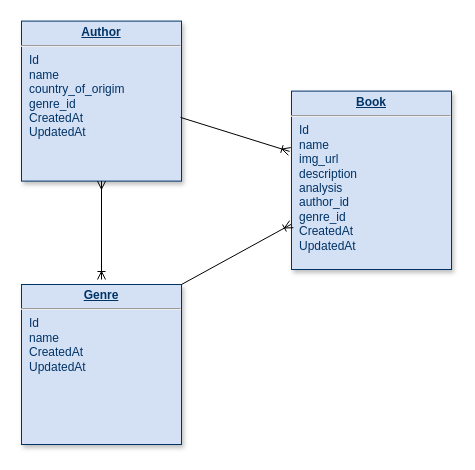
Before: site/ERD Diagram Robison Portfolio.drawio in robisonJohn/coursera-test, a draw.io diagram. Source tidied: cells renumbered, new cells numbered last; positions are measured from the earlier drawing's top-left corner, leaving out a move shared by most shapes. Both pictures are drawn from the tidied source at 100%, with x=0, y=0 at pixel (21, 21).
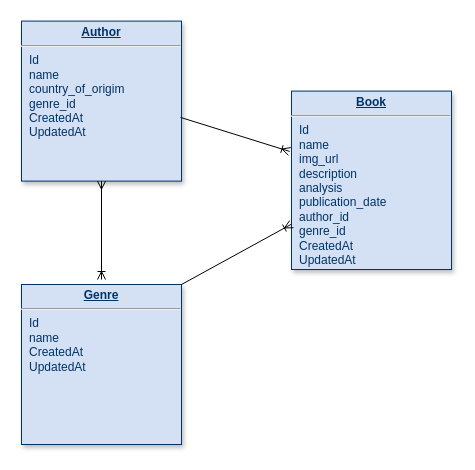
The same diagram, later.

Diff of the diagram source:
```diff
@@
 <mxGraphModel>
   <root>
     <mxCell id="0" />
     <mxCell id="1" parent="0" />
-    <mxCell id="2" value="&lt;p style=&quot;margin: 0px ; margin-top: 4px ; text-align: center ; text-decoration: underline&quot;&gt;&lt;b&gt;Book&lt;/b&gt;&lt;/p&gt;&lt;hr&gt;&lt;p style=&quot;margin: 0px ; margin-left: 8px&quot;&gt;Id&lt;br&gt;name&lt;/p&gt;&lt;p style=&quot;margin: 0px ; margin-left: 8px&quot;&gt;img_url&lt;/p&gt;&lt;p style=&quot;margin: 0px ; margin-left: 8px&quot;&gt;description&lt;/p&gt;&lt;p style=&quot;margin: 0px ; margin-left: 8px&quot;&gt;analysis&lt;/p&gt;&lt;p style=&quot;margin: 0px ; margin-left: 8px&quot;&gt;author_id&lt;/p&gt;&lt;p style=&quot;margin: 0px ; margin-left: 8px&quot;&gt;genre_id&lt;/p&gt;&lt;p style=&quot;margin: 0px ; margin-left: 8px&quot;&gt;CreatedAt&lt;/p&gt;&lt;p style=&quot;margin: 0px ; margin-left: 8px&quot;&gt;UpdatedAt&lt;/p&gt;&lt;p style=&quot;margin: 0px ; margin-left: 8px&quot;&gt;&lt;br&gt;&lt;/p&gt;" style="verticalAlign=top;align=left;overflow=fill;fontSize=12;fontFamily=Helvetica;html=1;strokeColor=#003366;shadow=1;fillColor=#D4E1F5;fontColor=#003366;" parent="1" vertex="1">
+    <mxCell id="2" value="&lt;p style=&quot;margin: 0px ; margin-top: 4px ; text-align: center ; text-decoration: underline&quot;&gt;&lt;b&gt;Book&lt;/b&gt;&lt;/p&gt;&lt;hr&gt;&lt;p style=&quot;margin: 0px ; margin-left: 8px&quot;&gt;Id&lt;br&gt;name&lt;/p&gt;&lt;p style=&quot;margin: 0px ; margin-left: 8px&quot;&gt;img_url&lt;/p&gt;&lt;p style=&quot;margin: 0px ; margin-left: 8px&quot;&gt;description&lt;/p&gt;&lt;p style=&quot;margin: 0px ; margin-left: 8px&quot;&gt;analysis&lt;/p&gt;&lt;p style=&quot;margin: 0px ; margin-left: 8px&quot;&gt;publication_date&lt;/p&gt;&lt;p style=&quot;margin: 0px ; margin-left: 8px&quot;&gt;author_id&lt;/p&gt;&lt;p style=&quot;margin: 0px ; margin-left: 8px&quot;&gt;genre_id&lt;/p&gt;&lt;p style=&quot;margin: 0px ; margin-left: 8px&quot;&gt;CreatedAt&lt;/p&gt;&lt;p style=&quot;margin: 0px ; margin-left: 8px&quot;&gt;UpdatedAt&lt;/p&gt;&lt;p style=&quot;margin: 0px ; margin-left: 8px&quot;&gt;&lt;br&gt;&lt;/p&gt;" style="verticalAlign=top;align=left;overflow=fill;fontSize=12;fontFamily=Helvetica;html=1;strokeColor=#003366;shadow=1;fillColor=#D4E1F5;fontColor=#003366;" parent="1" vertex="1">
       <mxGeometry x="270" y="69.6" width="160" height="178.4" as="geometry" />
     </mxCell>
     <mxCell id="3" value="&lt;p style=&quot;margin: 0px ; margin-top: 4px ; text-align: center ; text-decoration: underline&quot;&gt;&lt;b&gt;Genre&lt;/b&gt;&lt;/p&gt;&lt;hr&gt;&lt;p style=&quot;margin: 0px ; margin-left: 8px&quot;&gt;Id&lt;/p&gt;&lt;p style=&quot;margin: 0px ; margin-left: 8px&quot;&gt;name&lt;/p&gt;&lt;p style=&quot;margin: 0px ; margin-left: 8px&quot;&gt;CreatedAt&lt;/p&gt;&lt;p style=&quot;margin: 0px ; margin-left: 8px&quot;&gt;UpdatedAt&lt;/p&gt;&lt;p style=&quot;margin: 0px ; margin-left: 8px&quot;&gt;&lt;br&gt;&lt;/p&gt;" style="verticalAlign=top;align=left;overflow=fill;fontSize=12;fontFamily=Helvetica;html=1;strokeColor=#003366;shadow=1;fillColor=#D4E1F5;fontColor=#003366;" parent="1" vertex="1">
       <mxGeometry y="263" width="160" height="160" as="geometry" />
     </mxCell>
     <mxCell id="4" value="&lt;p style=&quot;margin: 0px ; margin-top: 4px ; text-align: center ; text-decoration: underline&quot;&gt;&lt;b&gt;Author&lt;/b&gt;&lt;/p&gt;&lt;hr&gt;&lt;p style=&quot;margin: 0px ; margin-left: 8px&quot;&gt;Id&lt;/p&gt;&lt;p style=&quot;margin: 0px ; margin-left: 8px&quot;&gt;name&lt;/p&gt;&lt;p style=&quot;margin: 0px ; margin-left: 8px&quot;&gt;country_of_origim&lt;/p&gt;&lt;p style=&quot;margin: 0px ; margin-left: 8px&quot;&gt;genre_id&lt;/p&gt;&lt;p style=&quot;margin: 0px ; margin-left: 8px&quot;&gt;CreatedAt&lt;/p&gt;&lt;p style=&quot;margin: 0px ; margin-left: 8px&quot;&gt;UpdatedAt&lt;/p&gt;" style="verticalAlign=top;align=left;overflow=fill;fontSize=12;fontFamily=Helvetica;html=1;strokeColor=#003366;shadow=1;fillColor=#D4E1F5;fontColor=#003366;" parent="1" vertex="1">
       <mxGeometry y="-0.4" width="160" height="160" as="geometry" />
     </mxCell>
     <mxCell id="5" style="endArrow=ERmany;html=1;entryX=0.5;entryY=1;entryDx=0;entryDy=0;endFill=0;startArrow=ERoneToMany;startFill=0;" parent="1" edge="1" target="4">
       <mxGeometry relative="1" as="geometry">
         <mxPoint x="80" y="258" as="sourcePoint" />
       </mxGeometry>
     </mxCell>
     <mxCell id="6" style="endArrow=ERoneToMany;html=1;entryX=-0.012;entryY=0.338;entryDx=0;entryDy=0;exitX=0.994;exitY=0.602;exitDx=0;exitDy=0;exitPerimeter=0;entryPerimeter=0;endFill=0;" parent="1" edge="1" source="4" target="2">
       <mxGeometry relative="1" as="geometry" />
     </mxCell>
     <mxCell id="7" style="endArrow=ERoneToMany;html=1;exitX=1;exitY=0;exitDx=0;exitDy=0;endFill=0;" parent="1" edge="1" source="3" target="2">
       <mxGeometry relative="1" as="geometry" />
     </mxCell>
   </root>
 </mxGraphModel>
```
